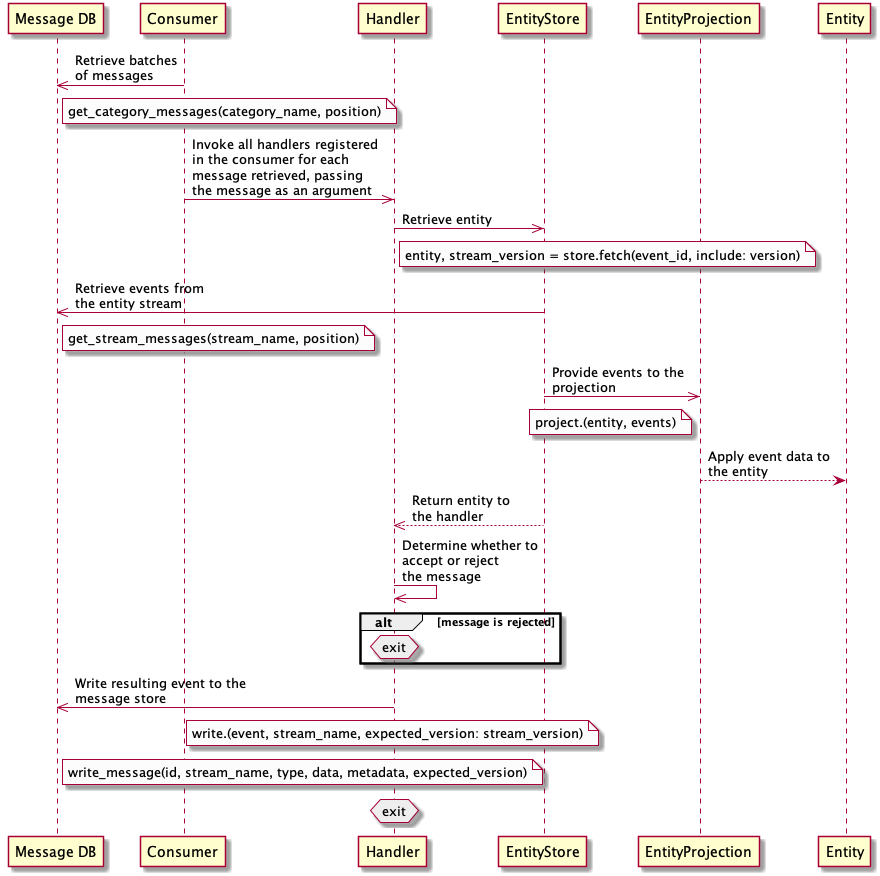
Before: images/handler-workflow.png, a diagram exported from PlantUML (eventide-project/docs).
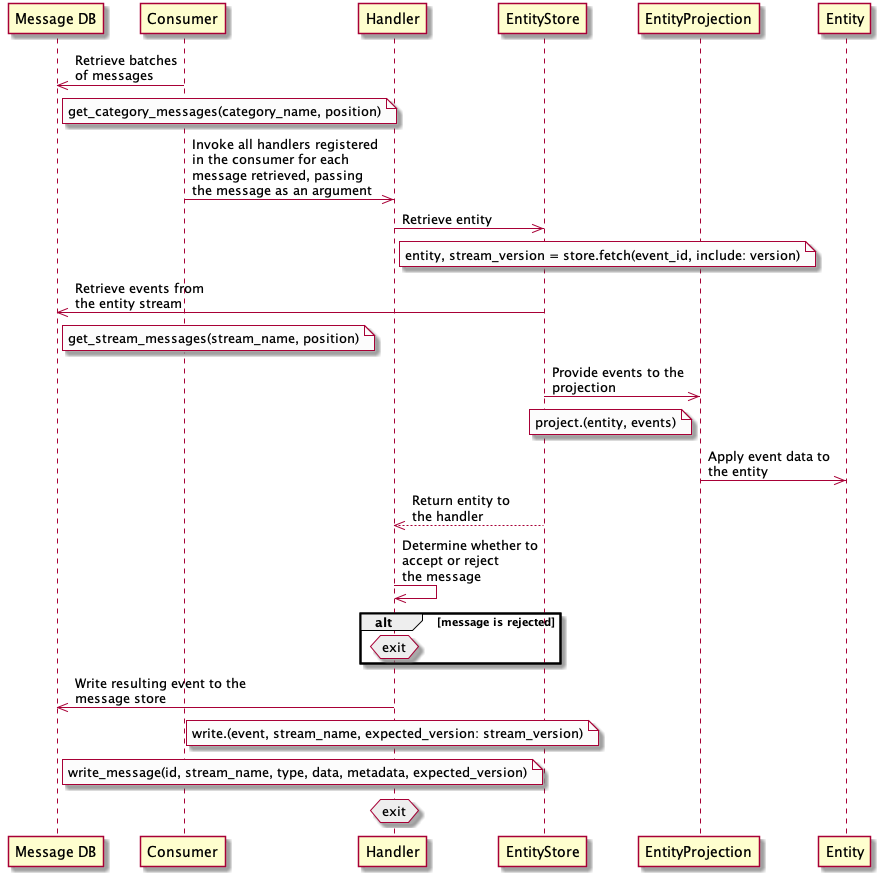
Later version of the same file.

Commit message:
Sequence diagram arrow line type is corrected

What changed in the source:
```diff
@@ -21,7 +21,7 @@
 S ->> P : Provide events to the\nprojection
 note left of P #fcfcfc: project.(entity, events)
 
-P --> E : Apply event data to\nthe entity
+P ->> E : Apply event data to\nthe entity
 
 H <<-- S : Return entity to\nthe handler
 
@@ -35,9 +35,6 @@
 note over H #fcfcfc: write.(event, stream_name, expected_version: stream_version)
 note right of MDB #fcfcfc: write_message(id, stream_name, type, data, metadata, expected_version)
 
-
-
 hnote over H #eeeeee: exit
 
-
 @enduml
```
